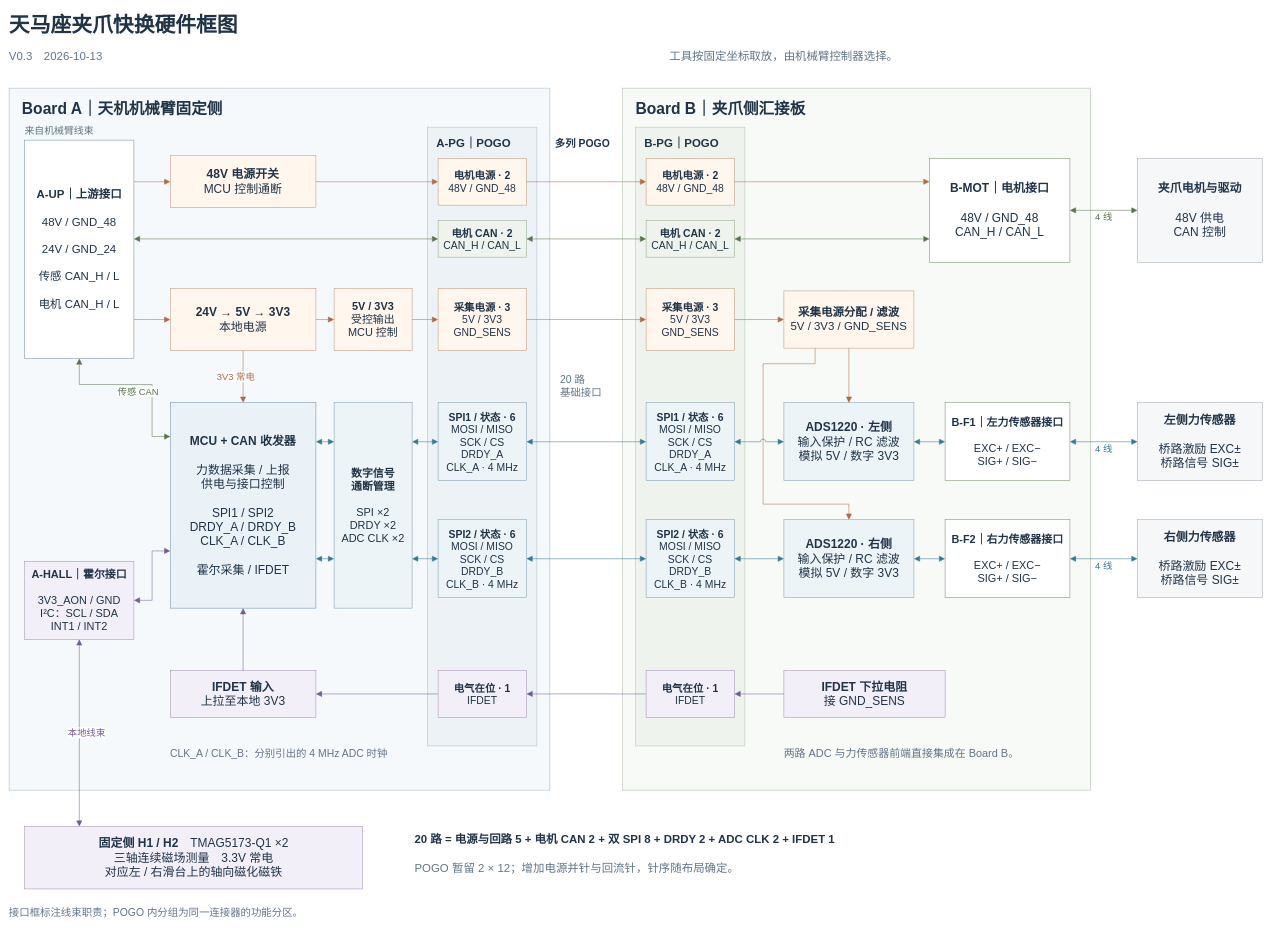
Above: hardware.drawio in EverVance/tianma-quickchange-review (draw.io), before the change. Source tidied: cells renumbered, new cells numbered last; positions are measured from the earlier drawing's top-left corner, leaving out a move shared by most shapes. Both pictures are drawn from the tidied source at 52%, with x=0, y=0 at pixel (9, 9).
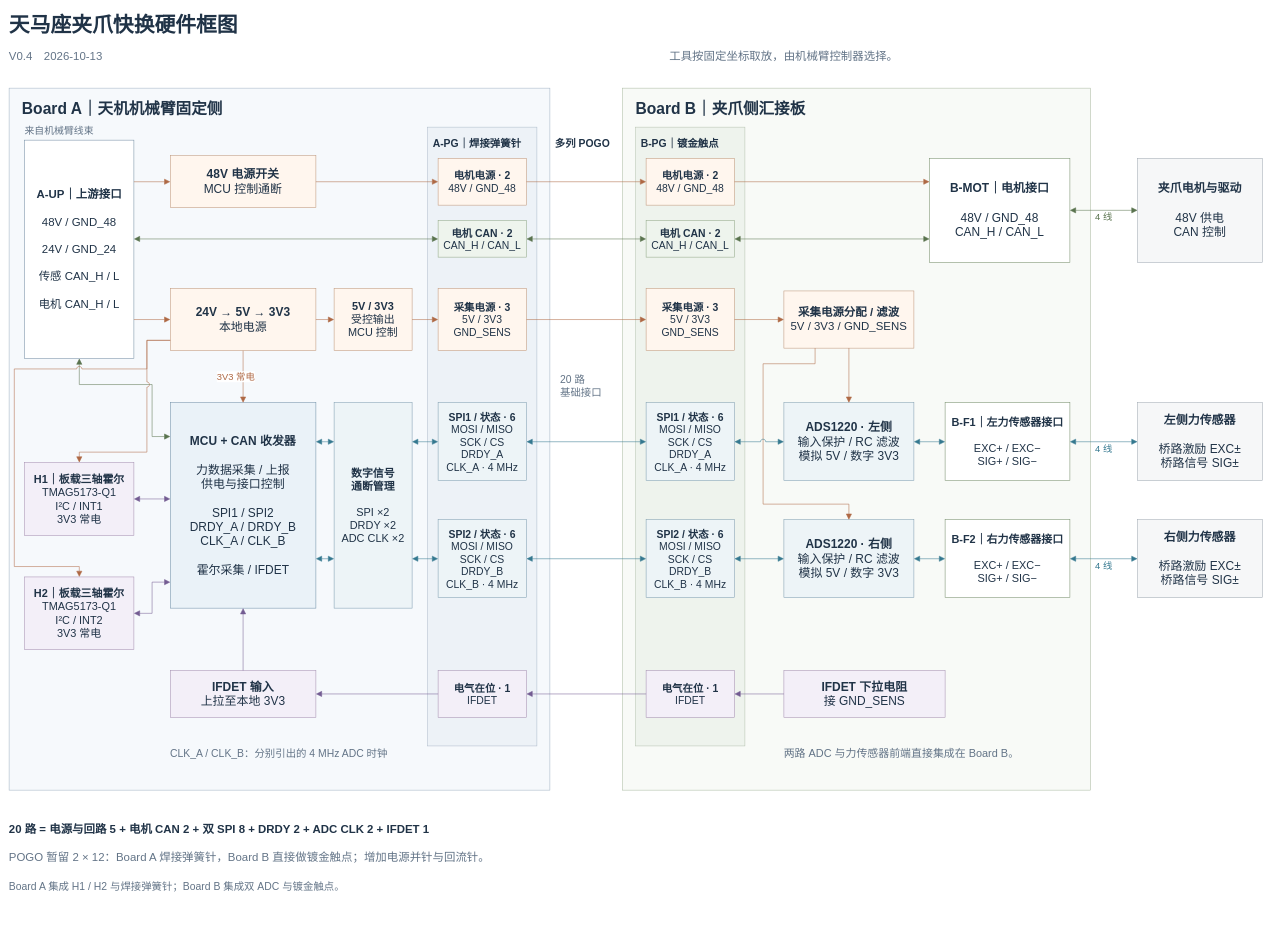
After the change.

Commit message (it also covers changes not shown here):
Integrate Hall sensors and pogo contacts on two main PCBs

The change refers to these unchanged cells:
```xml
<mxCell id="15" value="&lt;b&gt;A-UP｜上游接口&lt;/b&gt;&lt;br&gt;&lt;br&gt;48V / GND_48&lt;br&gt;&lt;br&gt;24V / GND_24&lt;br&gt;&lt;br&gt;传感 CAN_H / L&lt;br&gt;&lt;br&gt;电机 CAN_H / L" style="rounded=0;whiteSpace=wrap;html=1;align=center;verticalAlign=middle;spacing=10;fontFamily=Microsoft YaHei;fontSize=22;fontColor=#203347;strokeWidth=1;fillColor=#ffffff;strokeColor=#718ba2;" parent="1" vertex="1">
  <mxGeometry x="30" y="252" width="210" height="420" as="geometry" />
</mxCell>
<mxCell id="18" value="&lt;b&gt;24V → 5V → 3V3&lt;/b&gt;&lt;br&gt;本地电源" style="rounded=0;whiteSpace=wrap;html=1;align=center;verticalAlign=middle;spacing=10;fontFamily=Microsoft YaHei;fontSize=23;fontColor=#203347;strokeWidth=1;fillColor=#fff6ee;strokeColor=#bd9578;" parent="1" vertex="1">
  <mxGeometry x="310" y="537" width="280" height="120" as="geometry" />
</mxCell>
<mxCell id="20" value="&lt;b&gt;MCU + CAN 收发器&lt;/b&gt;&lt;br&gt;&lt;br&gt;力数据采集 / 上报&lt;br&gt;供电与接口控制&lt;br&gt;&lt;br&gt;SPI1 / SPI2&lt;br&gt;DRDY_A / DRDY_B&lt;br&gt;CLK_A / CLK_B&lt;br&gt;&lt;br&gt;霍尔采集 / IFDET" style="rounded=0;whiteSpace=wrap;html=1;align=center;verticalAlign=middle;spacing=10;fontFamily=Microsoft YaHei;fontSize=23;fontColor=#203347;strokeWidth=1;fillColor=#eaf2f8;strokeColor=#6d8da6;" parent="1" vertex="1">
  <mxGeometry x="310" y="757" width="280" height="395" as="geometry" />
</mxCell>
```

Change to the diagram source:
```diff
@@
-    <mxCell id="3" value="V0.3　2026-10-13" style="rounded=0;whiteSpace=wrap;html=1;align=center;verticalAlign=middle;spacing=10;fontFamily=Microsoft YaHei;fontSize=22;fontColor=#203347;strokeWidth=1;fillColor=none;strokeColor=none;align=left;spacing=0;fontColor=#637487;fontStyle=0;" parent="1" vertex="1">
+    <mxCell id="3" value="V0.4　2026-10-13" style="rounded=0;whiteSpace=wrap;html=1;align=center;verticalAlign=middle;spacing=10;fontFamily=Microsoft YaHei;fontSize=22;fontColor=#203347;strokeWidth=1;fillColor=none;strokeColor=none;align=left;spacing=0;fontColor=#637487;fontStyle=0;" parent="1" vertex="1">
       <mxGeometry y="77" width="550" height="30" as="geometry" />
     </mxCell>
@@
-    <mxCell id="11" value="A-PG｜POGO" style="rounded=0;whiteSpace=wrap;html=1;align=center;verticalAlign=middle;spacing=10;fontFamily=Microsoft YaHei;fontSize=22;fontColor=#203347;strokeWidth=1;fillColor=none;strokeColor=none;align=left;spacing=0;fontColor=#203347;fontStyle=1;" parent="1" vertex="1">
-      <mxGeometry x="822" y="242" width="175" height="32" as="geometry" />
+    <mxCell id="11" value="A-PG｜焊接弹簧针" style="rounded=0;whiteSpace=wrap;html=1;align=center;verticalAlign=middle;spacing=10;fontFamily=Microsoft YaHei;fontSize=20;fontColor=#203347;strokeWidth=1;fillColor=none;strokeColor=none;align=left;spacing=0;fontColor=#203347;fontStyle=1;" parent="1" vertex="1">
+      <mxGeometry x="815" y="237" width="195" height="40" as="geometry" />
     </mxCell>
-    <mxCell id="12" value="B-PG｜POGO" style="rounded=0;whiteSpace=wrap;html=1;align=center;verticalAlign=middle;spacing=10;fontFamily=Microsoft YaHei;fontSize=22;fontColor=#203347;strokeWidth=1;fillColor=none;strokeColor=none;align=left;spacing=0;fontColor=#203347;fontStyle=1;" parent="1" vertex="1">
-      <mxGeometry x="1222" y="242" width="175" height="32" as="geometry" />
+    <mxCell id="12" value="B-PG｜镀金触点" style="rounded=0;whiteSpace=wrap;html=1;align=center;verticalAlign=middle;spacing=10;fontFamily=Microsoft YaHei;fontSize=20;fontColor=#203347;strokeWidth=1;fillColor=none;strokeColor=none;align=left;spacing=0;fontColor=#203347;fontStyle=1;" parent="1" vertex="1">
+      <mxGeometry x="1215" y="237" width="195" height="40" as="geometry" />
     </mxCell>
@@
-    <mxCell id="22" value="&lt;b&gt;A-HALL｜霍尔接口&lt;/b&gt;&lt;br&gt;&lt;br&gt;3V3_AON / GND&lt;br&gt;I²C：SCL / SDA&lt;br&gt;INT1 / INT2" style="rounded=0;whiteSpace=wrap;html=1;align=center;verticalAlign=middle;spacing=10;fontFamily=Microsoft YaHei;fontSize=21;fontColor=#203347;strokeWidth=1;fillColor=#f3eff8;strokeColor=#a38daf;" parent="1" vertex="1">
-      <mxGeometry x="30" y="1062" width="210" height="150" as="geometry" />
-    </mxCell>
+    <mxCell id="87" value="&lt;b&gt;H1｜板载三轴霍尔&lt;/b&gt;&lt;br&gt;TMAG5173-Q1&lt;br&gt;I²C / INT1&lt;br&gt;3V3 常电" style="rounded=0;whiteSpace=wrap;html=1;align=center;verticalAlign=middle;spacing=10;fontFamily=Microsoft YaHei;fontSize=21;fontColor=#203347;strokeWidth=1;fillColor=#f3eff8;strokeColor=#a38daf;" parent="1" vertex="1">
+      <mxGeometry x="30" y="872" width="210" height="140" as="geometry" />
+    </mxCell>
+    <mxCell id="88" value="&lt;b&gt;H2｜板载三轴霍尔&lt;/b&gt;&lt;br&gt;TMAG5173-Q1&lt;br&gt;I²C / INT2&lt;br&gt;3V3 常电" style="rounded=0;whiteSpace=wrap;html=1;align=center;verticalAlign=middle;spacing=10;fontFamily=Microsoft YaHei;fontSize=21;fontColor=#203347;strokeWidth=1;fillColor=#f3eff8;strokeColor=#a38daf;" parent="1" vertex="1">
+      <mxGeometry x="30" y="1092" width="210" height="140" as="geometry" />
+    </mxCell>
@@
-    <mxCell id="48" value="传感 CAN" style="edgeStyle=none;rounded=0;html=1;strokeColor=#59734e;strokeWidth=1;endArrow=block;endFill=1;endSize=9;startArrow=block;startFill=1;startSize=9;exitX=0.5;exitY=1;entryX=0;entryY=0.16455696202531644;exitDx=0;exitDy=0;entryDx=0;entryDy=0;jumpStyle=arc;jumpSize=10;fontFamily=Microsoft YaHei;fontSize=18;fontColor=#59734e;labelBackgroundColor=#ffffff;dashed=0;" parent="1" edge="1" source="15" target="20">
+    <mxCell id="48" style="edgeStyle=none;rounded=0;html=1;strokeColor=#59734e;strokeWidth=1;endArrow=block;endFill=1;endSize=9;startArrow=block;startFill=1;startSize=9;exitX=0.5;exitY=1;entryX=0;entryY=0.16455696202531644;exitDx=0;exitDy=0;entryDx=0;entryDy=0;jumpStyle=arc;jumpSize=10;fontFamily=Microsoft YaHei;fontSize=18;fontColor=#59734e;labelBackgroundColor=#ffffff;dashed=0;" parent="1" edge="1" source="15" target="20">
       <mxGeometry y="-14" relative="1" as="geometry">
         <Array as="points">
           <mxPoint x="135" y="722" />
           <mxPoint x="275" y="722" />
           <mxPoint x="275" y="822" />
         </Array>
       </mxGeometry>
     </mxCell>
@@
-    <mxCell id="56" style="edgeStyle=none;rounded=0;html=1;strokeColor=#735c92;strokeWidth=1;endArrow=block;endFill=1;endSize=9;startArrow=block;startFill=1;startSize=9;exitX=1;exitY=0.5;entryX=0;entryY=0.7215189873417721;exitDx=0;exitDy=0;entryDx=0;entryDy=0;jumpStyle=arc;jumpSize=10;fontFamily=Microsoft YaHei;fontSize=18;fontColor=#735c92;labelBackgroundColor=#ffffff;dashed=0;" parent="1" edge="1" source="22" target="20">
-      <mxGeometry y="-14" relative="1" as="geometry">
-        <Array as="points">
-          <mxPoint x="275" y="1137" />
-          <mxPoint x="275" y="1042" />
-        </Array>
-      </mxGeometry>
-    </mxCell>
+    <mxCell id="89" style="edgeStyle=none;rounded=0;html=1;strokeColor=#735c92;strokeWidth=1;endArrow=block;endFill=1;endSize=9;startArrow=block;startFill=1;startSize=9;exitX=1;exitY=0.5;entryX=0;entryY=0.46835443037974683;exitDx=0;exitDy=0;entryDx=0;entryDy=0;jumpStyle=arc;jumpSize=10;fontFamily=Microsoft YaHei;fontSize=18;fontColor=#735c92;labelBackgroundColor=#ffffff;dashed=0;" parent="1" edge="1" source="87" target="20">
+      <mxGeometry y="-14" relative="1" as="geometry">
+        <Array as="points">
+          <mxPoint x="275" y="942" />
+        </Array>
+      </mxGeometry>
+    </mxCell>
+    <mxCell id="90" style="edgeStyle=none;rounded=0;html=1;strokeColor=#735c92;strokeWidth=1;endArrow=block;endFill=1;endSize=9;startArrow=block;startFill=1;startSize=9;exitX=1;exitY=0.5;entryX=0;entryY=0.8734177215189873;exitDx=0;exitDy=0;entryDx=0;entryDy=0;jumpStyle=arc;jumpSize=10;fontFamily=Microsoft YaHei;fontSize=18;fontColor=#735c92;labelBackgroundColor=#ffffff;dashed=0;" parent="1" edge="1" source="88" target="20">
+      <mxGeometry y="-14" relative="1" as="geometry">
+        <Array as="points">
+          <mxPoint x="275" y="1162" />
+          <mxPoint x="275" y="1102" />
+        </Array>
+      </mxGeometry>
+    </mxCell>
+    <mxCell id="91" style="edgeStyle=none;rounded=0;html=1;strokeColor=#ae6844;strokeWidth=1;endArrow=block;endFill=1;endSize=9;startArrow=none;startFill=1;startSize=9;exitX=0;exitY=0.8333333333333334;entryX=0.5;entryY=0;exitDx=0;exitDy=0;entryDx=0;entryDy=0;jumpStyle=arc;jumpSize=10;fontFamily=Microsoft YaHei;fontSize=18;fontColor=#ae6844;labelBackgroundColor=#ffffff;dashed=0;" parent="1" edge="1" source="18" target="87">
+      <mxGeometry y="-14" relative="1" as="geometry">
+        <Array as="points">
+          <mxPoint x="265" y="637" />
+          <mxPoint x="265" y="852" />
+          <mxPoint x="135" y="852" />
+        </Array>
+      </mxGeometry>
+    </mxCell>
+    <mxCell id="92" style="edgeStyle=none;rounded=0;html=1;strokeColor=#ae6844;strokeWidth=1;endArrow=block;endFill=1;endSize=9;startArrow=none;startFill=1;startSize=9;exitX=0;exitY=0.8333333333333334;entryX=0.5;entryY=0;exitDx=0;exitDy=0;entryDx=0;entryDy=0;jumpStyle=arc;jumpSize=10;fontFamily=Microsoft YaHei;fontSize=18;fontColor=#ae6844;labelBackgroundColor=#ffffff;dashed=0;" parent="1" edge="1" source="18" target="88">
+      <mxGeometry y="-14" relative="1" as="geometry">
+        <Array as="points">
+          <mxPoint x="265" y="637" />
+          <mxPoint x="265" y="692" />
+          <mxPoint x="10" y="692" />
+          <mxPoint x="10" y="1072" />
+          <mxPoint x="135" y="1072" />
+        </Array>
+      </mxGeometry>
+    </mxCell>
@@
-    <mxCell id="82" value="&lt;b&gt;固定侧 H1 / H2&lt;/b&gt;　TMAG5173-Q1 ×2&lt;br&gt;三轴连续磁场测量　3.3V 常电&lt;br&gt;对应左 / 右滑台上的轴向磁化磁铁" style="rounded=0;whiteSpace=wrap;html=1;align=center;verticalAlign=middle;spacing=10;fontFamily=Microsoft YaHei;fontSize=23;fontColor=#203347;strokeWidth=1;fillColor=#f3eff8;strokeColor=#a38daf;" parent="1" vertex="1">
-      <mxGeometry x="30" y="1572" width="650" height="120" as="geometry" />
-    </mxCell>
-    <mxCell id="83" value="本地线束" style="edgeStyle=none;rounded=0;html=1;strokeColor=#735c92;strokeWidth=1;endArrow=block;endFill=1;endSize=9;startArrow=block;startFill=1;startSize=9;exitX=0.16153846153846155;exitY=0;entryX=0.5;entryY=1;exitDx=0;exitDy=0;entryDx=0;entryDy=0;jumpStyle=arc;jumpSize=10;fontFamily=Microsoft YaHei;fontSize=18;fontColor=#735c92;labelBackgroundColor=#ffffff;dashed=0;" parent="1" edge="1" source="82" target="22">
-      <mxGeometry y="-14" relative="1" as="geometry">
-        <Array as="points">
-          <mxPoint x="135" y="1532" />
-          <mxPoint x="135" y="1262" />
-        </Array>
-      </mxGeometry>
-    </mxCell>
     <mxCell id="84" value="20 路 = 电源与回路 5 + 电机 CAN 2 + 双 SPI 8 + DRDY 2 + ADC CLK 2 + IFDET 1" style="rounded=0;whiteSpace=wrap;html=1;align=center;verticalAlign=middle;spacing=10;fontFamily=Microsoft YaHei;fontSize=22;fontColor=#203347;strokeWidth=1;fillColor=none;strokeColor=none;align=left;spacing=0;fontColor=#203347;fontStyle=1;" parent="1" vertex="1">
-      <mxGeometry x="780" y="1572" width="1610" height="50" as="geometry" />
+      <mxGeometry y="1552" width="2350" height="50" as="geometry" />
     </mxCell>
-    <mxCell id="85" value="POGO 暂留 2 × 12；增加电源并针与回流针，针序随布局确定。" style="rounded=0;whiteSpace=wrap;html=1;align=center;verticalAlign=middle;spacing=10;fontFamily=Microsoft YaHei;fontSize=22;fontColor=#203347;strokeWidth=1;fillColor=none;strokeColor=none;align=left;spacing=0;fontColor=#637487;fontStyle=0;" parent="1" vertex="1">
-      <mxGeometry x="780" y="1632" width="1610" height="40" as="geometry" />
+    <mxCell id="85" value="POGO 暂留 2 × 12：Board A 焊接弹簧针，Board B 直接做镀金触点；增加电源并针与回流针。" style="rounded=0;whiteSpace=wrap;html=1;align=center;verticalAlign=middle;spacing=10;fontFamily=Microsoft YaHei;fontSize=22;fontColor=#203347;strokeWidth=1;fillColor=none;strokeColor=none;align=left;spacing=0;fontColor=#637487;fontStyle=0;" parent="1" vertex="1">
+      <mxGeometry y="1612" width="2350" height="40" as="geometry" />
     </mxCell>
-    <mxCell id="86" value="接口框标注线束职责；POGO 内分组为同一连接器的功能分区。" style="rounded=0;whiteSpace=wrap;html=1;align=center;verticalAlign=middle;spacing=10;fontFamily=Microsoft YaHei;fontSize=20;fontColor=#203347;strokeWidth=1;fillColor=none;strokeColor=none;align=left;spacing=0;fontColor=#637487;fontStyle=0;" parent="1" vertex="1">
-      <mxGeometry y="1722" width="2400" height="30" as="geometry" />
+    <mxCell id="86" value="Board A 集成 H1 / H2 与焊接弹簧针；Board B 集成双 ADC 与镀金触点。" style="rounded=0;whiteSpace=wrap;html=1;align=center;verticalAlign=middle;spacing=10;fontFamily=Microsoft YaHei;fontSize=20;fontColor=#203347;strokeWidth=1;fillColor=none;strokeColor=none;align=left;spacing=0;fontColor=#637487;fontStyle=0;" parent="1" vertex="1">
+      <mxGeometry y="1672" width="2400" height="30" as="geometry" />
     </mxCell>
```
